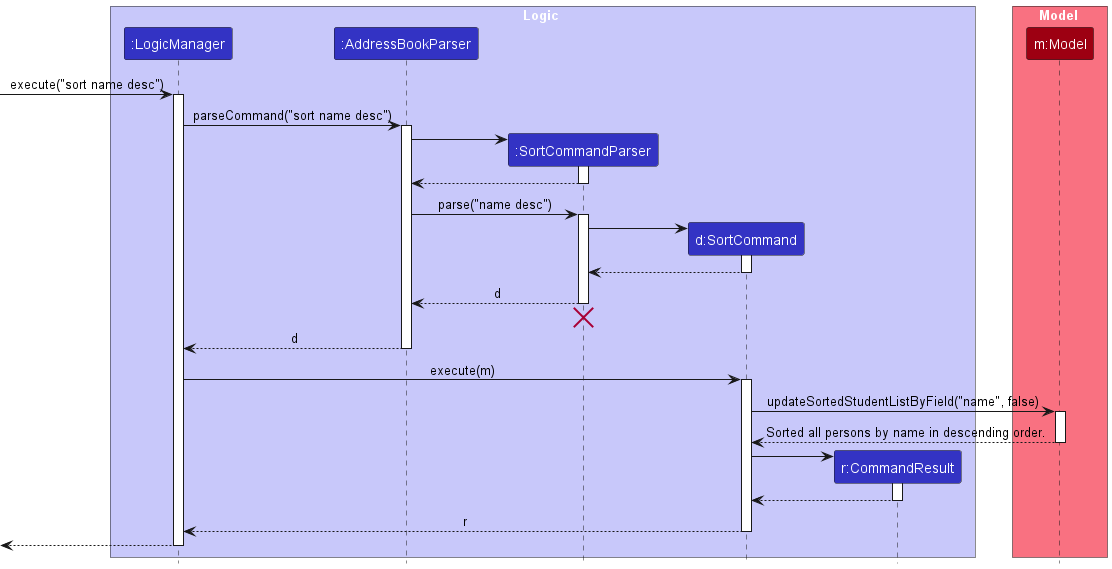
Earlier version of the PlantUML export docs/images/SortCommandSequenceDiagram.png (c-wenlong/tp). Its diagram source:
```plantuml
@startuml
!include style.puml
skinparam ArrowFontStyle plain

box Logic LOGIC_COLOR_T1
participant ":LogicManager" as LogicManager LOGIC_COLOR
participant ":AddressBookParser" as AddressBookParser LOGIC_COLOR
participant ":SortCommandParser" as SortCommandParser LOGIC_COLOR
participant "d:SortCommand" as SortCommand LOGIC_COLOR
participant "r:CommandResult" as CommandResult LOGIC_COLOR
end box

box Model MODEL_COLOR_T1
participant "m:Model" as Model MODEL_COLOR
end box

[-> LogicManager : execute("sort name desc")
activate LogicManager

LogicManager -> AddressBookParser : parseCommand("sort name desc")
activate AddressBookParser

create SortCommandParser
AddressBookParser -> SortCommandParser
activate SortCommandParser

SortCommandParser --> AddressBookParser
deactivate SortCommandParser

AddressBookParser -> SortCommandParser : parse("name desc")
activate SortCommandParser

create SortCommand
SortCommandParser -> SortCommand
activate SortCommand

SortCommand --> SortCommandParser :
deactivate SortCommand

SortCommandParser --> AddressBookParser : d
deactivate SortCommandParser
SortCommandParser -[hidden]-> AddressBookParser
destroy SortCommandParser
deactivate SortCommandParser

AddressBookParser --> LogicManager : d
deactivate AddressBookParser

LogicManager -> SortCommand : execute(m)
activate SortCommand

SortCommand -> Model : updateSortedStudentListByField("name", false)
activate Model

Model --> SortCommand : Sorted all persons by name in descending order.
deactivate Model

create CommandResult
SortCommand -> CommandResult
activate CommandResult

CommandResult --> SortCommand
deactivate CommandResult

SortCommand --> LogicManager : r
deactivate SortCommand

[<--LogicManager
deactivate LogicManager
@enduml
```
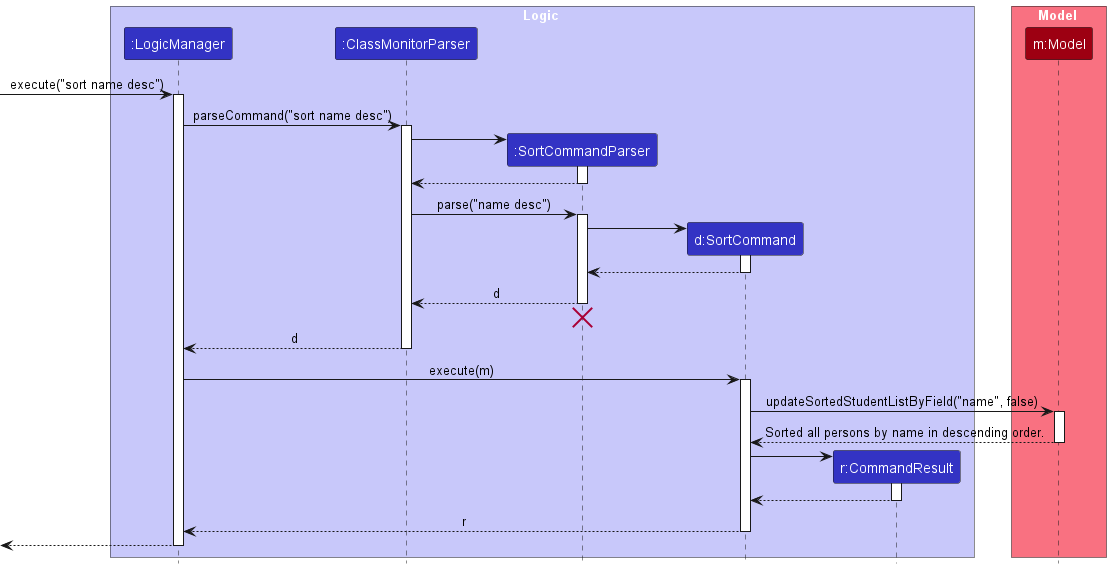
Later version of the same file.

Diff of the diagram source:
```diff
@@ -4,7 +4,7 @@
 
 box Logic LOGIC_COLOR_T1
 participant ":LogicManager" as LogicManager LOGIC_COLOR
-participant ":AddressBookParser" as AddressBookParser LOGIC_COLOR
+participant ":ClassMonitorParser" as ClassMonitorParser LOGIC_COLOR
 participant ":SortCommandParser" as SortCommandParser LOGIC_COLOR
 participant "d:SortCommand" as SortCommand LOGIC_COLOR
 participant "r:CommandResult" as CommandResult LOGIC_COLOR
@@ -17,17 +17,17 @@
 [-> LogicManager : execute("sort name desc")
 activate LogicManager
 
-LogicManager -> AddressBookParser : parseCommand("sort name desc")
-activate AddressBookParser
+LogicManager -> ClassMonitorParser : parseCommand("sort name desc")
+activate ClassMonitorParser
 
 create SortCommandParser
-AddressBookParser -> SortCommandParser
+ClassMonitorParser -> SortCommandParser
 activate SortCommandParser
 
-SortCommandParser --> AddressBookParser
+SortCommandParser --> ClassMonitorParser
 deactivate SortCommandParser
 
-AddressBookParser -> SortCommandParser : parse("name desc")
+ClassMonitorParser -> SortCommandParser : parse("name desc")
 activate SortCommandParser
 
 create SortCommand
@@ -37,14 +37,14 @@
 SortCommand --> SortCommandParser :
 deactivate SortCommand
 
-SortCommandParser --> AddressBookParser : d
+SortCommandParser --> ClassMonitorParser : d
 deactivate SortCommandParser
-SortCommandParser -[hidden]-> AddressBookParser
+SortCommandParser -[hidden]-> ClassMonitorParser
 destroy SortCommandParser
 deactivate SortCommandParser
 
-AddressBookParser --> LogicManager : d
-deactivate AddressBookParser
+ClassMonitorParser --> LogicManager : d
+deactivate ClassMonitorParser
 
 LogicManager -> SortCommand : execute(m)
 activate SortCommand
```
